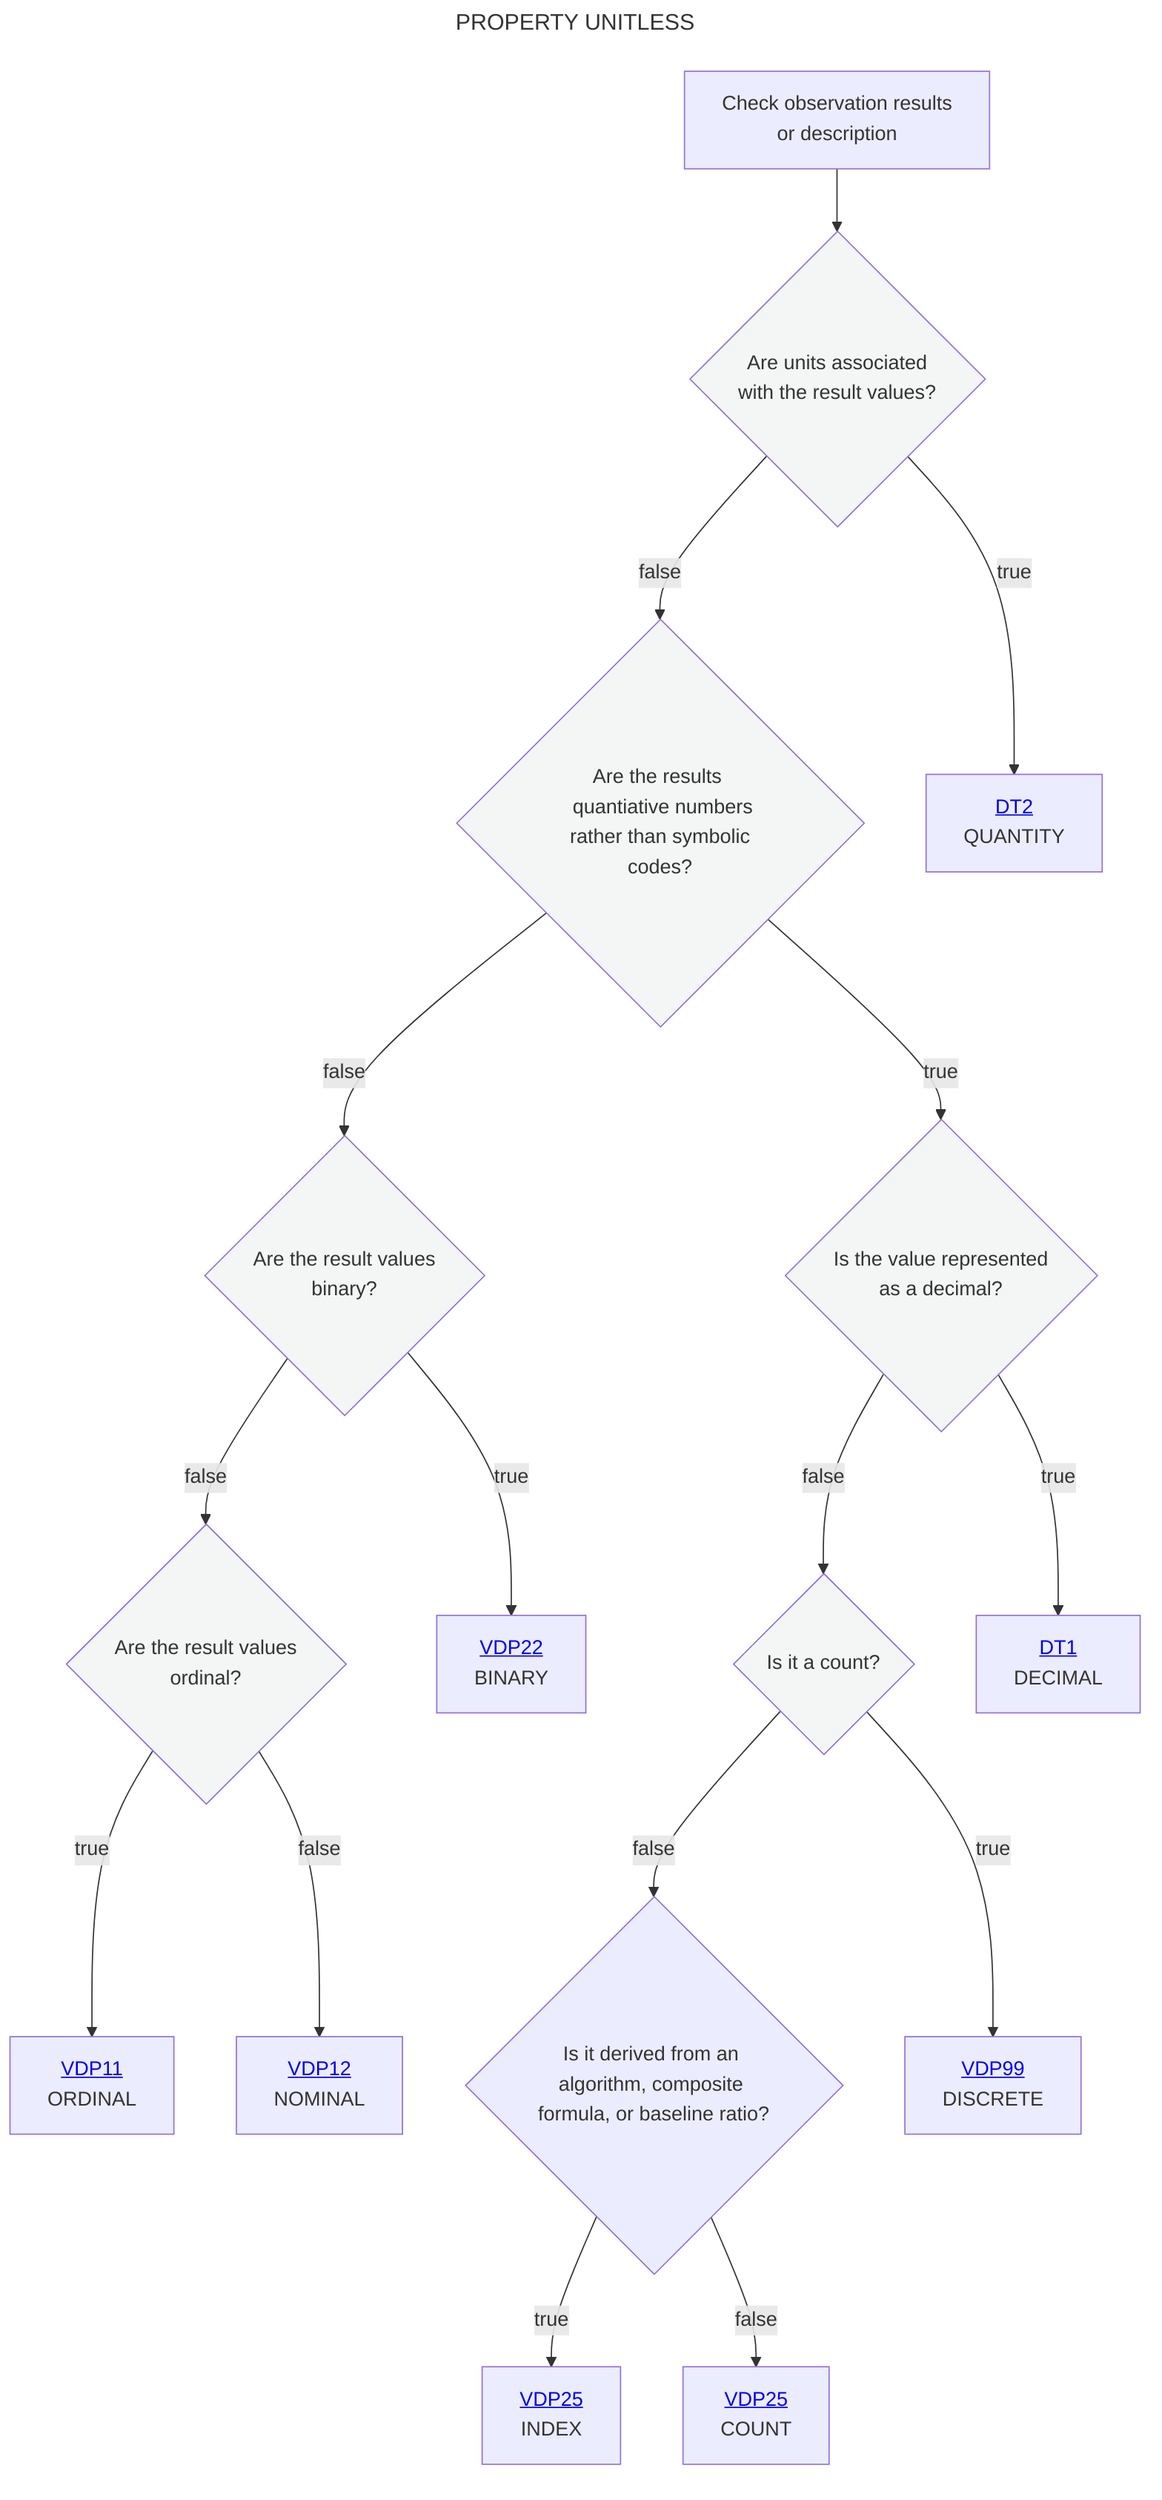
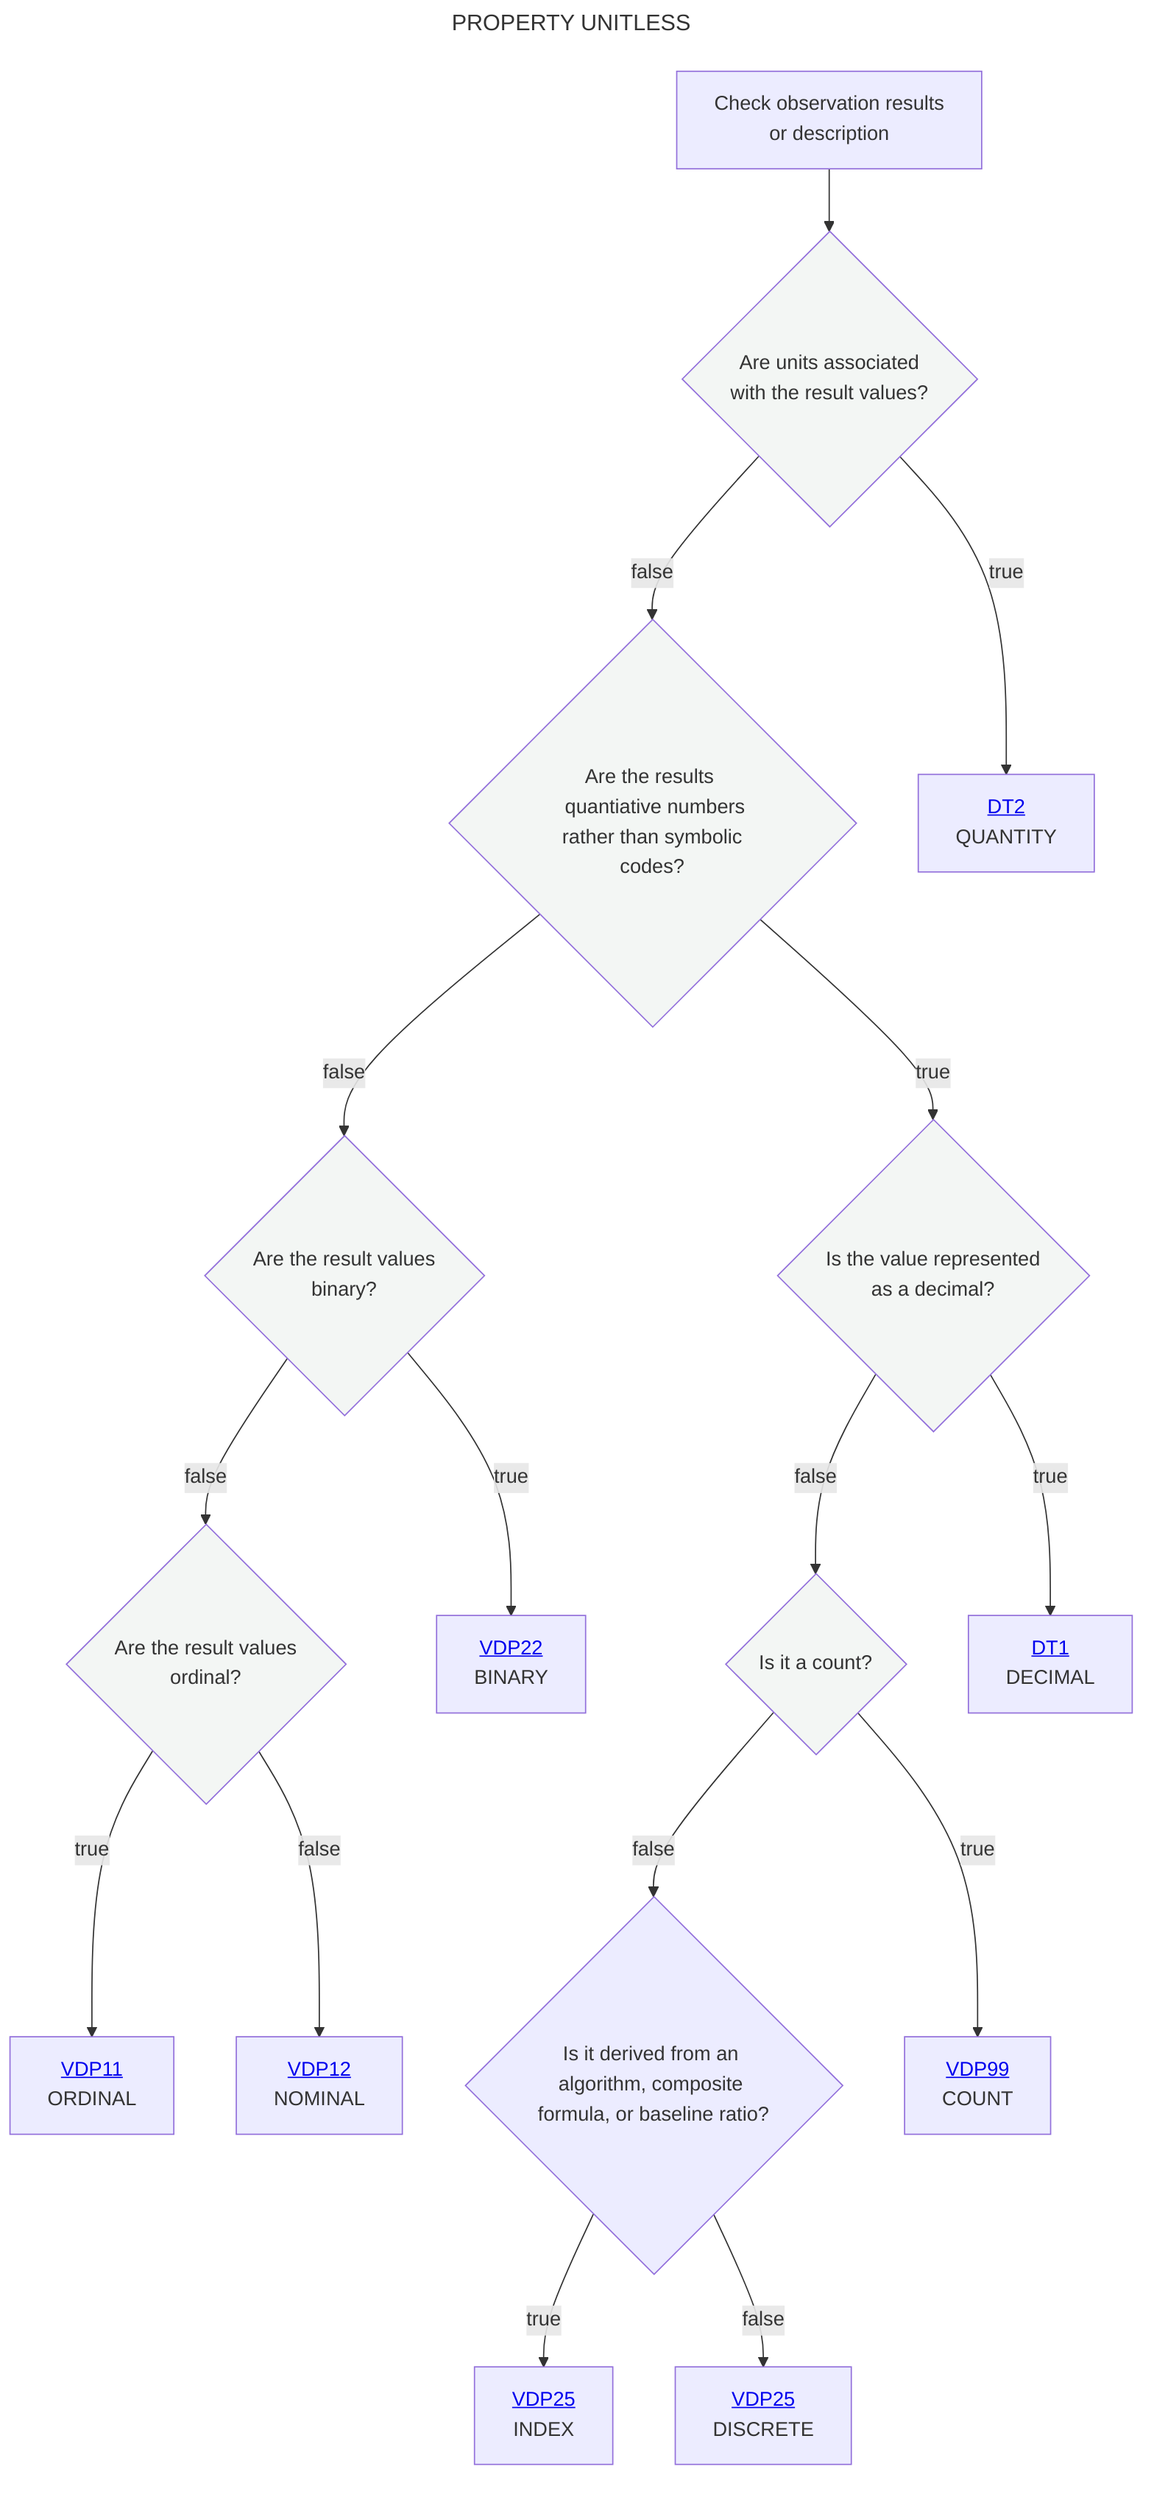
---
title: PROPERTY UNITLESS
---
flowchart TD
    A[Check observation results <br> or description] --> B{Are units associated <br> with the result values?}:::white
    B --> |false|C{Are the results <br> quantiative numbers<br> rather than symbolic codes?}:::white
    B --> |true|D[<a href='https://github.com/mabablue/I-ADOPT-patterns-playground/blob/main/Decisition_trees/DT2.mmd'>DT2</a><br> QUANTITY]
    C --> |false|E{Are the result values <br> binary?}:::white
    C --> |true|G{Is the value represented <br> as a decimal?}:::white
    E --> |false|I{Are the result values <br> ordinal?}:::white
    G --> |false|H{Is it a count?}:::white
    H--> |false|N{Is it derived from an algorithm, composite formula, or baseline ratio?}
    N --> |true|O[<a href='https://github.com/mabablue/I-ADOPT-patterns-playground/blob/main/pattern/VDP24.yaml'>VDP25</a><br> INDEX]
-     N --> |false|P[<a href='https://github.com/mabablue/I-ADOPT-patterns-playground/blob/main/pattern/VDP24.yaml'>VDP25</a><br> COUNT]
-     H --> |true|M[<a href='https://github.com/mabablue/I-ADOPT-patterns-playground/blob/main/pattern/VDP24.yaml'>VDP99</a><br> DISCRETE]
+     N --> |false|P[<a href='https://github.com/mabablue/I-ADOPT-patterns-playground/blob/main/pattern/VDP24.yaml'>VDP25</a><br> DISCRETE]
+     H --> |true|M[<a href='https://github.com/mabablue/I-ADOPT-patterns-playground/blob/main/pattern/VDP24.yaml'>VDP99</a><br> COUNT]
    I --> |true|J[<a href='https://github.com/mabablue/I-ADOPT-patterns-playground/blob/main/pattern/VDP11.yaml'>VDP11</a><br> ORDINAL]
    I --> |false|K[<a href='https://github.com/mabablue/I-ADOPT-patterns-playground/blob/main/pattern/VDP12.yaml'>VDP12</a><br> NOMINAL]
    E --> |true|F[<a href='https://github.com/mabablue/I-ADOPT-patterns-playground/blob/main/pattern/VDP22.yaml'>VDP22</a><br> BINARY]
    G --> |true|L[<a href='https://github.com/mabablue/I-ADOPT-patterns-playground/blob/main/Decisition_trees/DT1.mmd'>DT1</a><br> DECIMAL]
   classDef blue fill:#90D5FF
   classDef satblue fill:#57B9FF
   classDef white fill:#f3f6f4
   classDef green fill:#6aa84f
